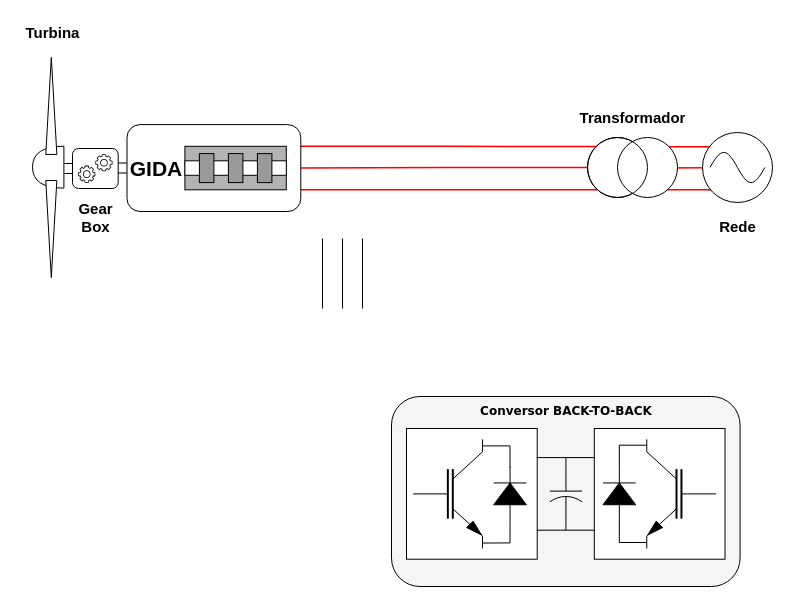
cotabr/Projetos keeps this draw.io diagram as Diagrama_DFIG.drawio. Above is the earlier version. Source tidied: cells renumbered, new cells numbered last; positions are measured from the earlier drawing's top-left corner, leaving out a move shared by most shapes. Both pictures are drawn from the tidied source at 100%, with x=0, y=0 at pixel (2, 17).
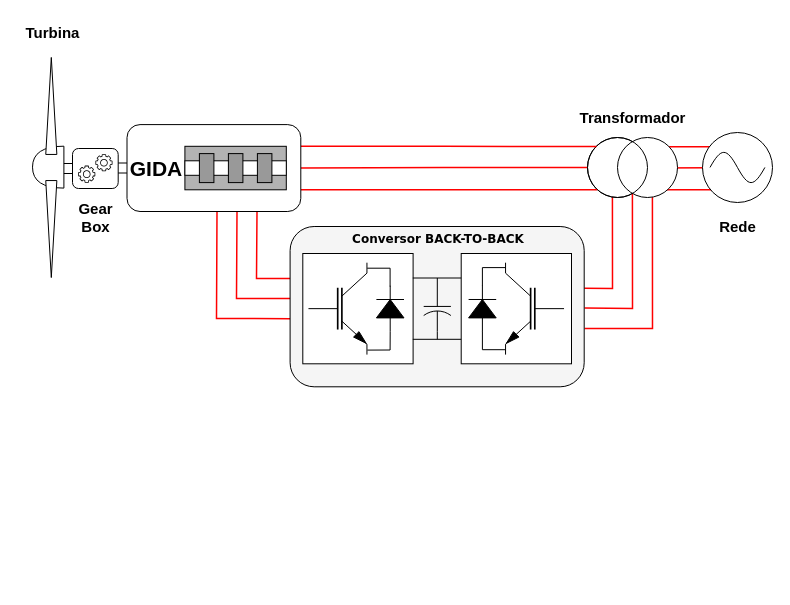
The same diagram, later.

What changed in the source:
```diff
@@
+    <mxCell id="58" style="endArrow=none;html=1;rounded=0;strokeWidth=1.5;exitX=1;exitY=0.385;exitDx=0;exitDy=0;exitPerimeter=0;strokeColor=#FF0000;" parent="1" edge="1" source="8">
+      <mxGeometry relative="1" as="geometry">
+        <mxPoint x="609.9" y="165" as="targetPoint" />
+        <Array as="points">
+          <mxPoint x="610" y="271" />
+        </Array>
+      </mxGeometry>
+    </mxCell>
+    <mxCell id="59" style="endArrow=none;html=1;rounded=0;strokeWidth=1.5;exitX=1.001;exitY=0.509;exitDx=0;exitDy=0;exitPerimeter=0;strokeColor=#FF0000;" parent="1" edge="1" source="8">
+      <mxGeometry relative="1" as="geometry">
+        <mxPoint x="629.9" y="165" as="targetPoint" />
+        <Array as="points">
+          <mxPoint x="630" y="291" />
+        </Array>
+      </mxGeometry>
+    </mxCell>
+    <mxCell id="60" style="endArrow=none;html=1;rounded=0;strokeWidth=1.5;exitX=1.001;exitY=0.637;exitDx=0;exitDy=0;exitPerimeter=0;strokeColor=#FF0000;" parent="1" edge="1" source="8">
+      <mxGeometry relative="1" as="geometry">
+        <mxPoint x="649.9" y="165" as="targetPoint" />
+        <Array as="points">
+          <mxPoint x="650" y="311" />
+        </Array>
+      </mxGeometry>
+    </mxCell>
+    <mxCell id="55" style="endArrow=none;html=1;rounded=0;strokeWidth=1.5;exitX=0.002;exitY=0.575;exitDx=0;exitDy=0;exitPerimeter=0;strokeColor=#FF0000;" parent="1" edge="1" source="8">
+      <mxGeometry relative="1" as="geometry">
+        <mxPoint x="214.5" y="194" as="targetPoint" />
+        <Array as="points">
+          <mxPoint x="214" y="301" />
+        </Array>
+      </mxGeometry>
+    </mxCell>
+    <mxCell id="56" style="endArrow=none;html=1;rounded=0;strokeWidth=1.5;strokeColor=#FF0000;" parent="1" edge="1">
+      <mxGeometry relative="1" as="geometry">
+        <mxPoint x="288" y="281" as="sourcePoint" />
+        <mxPoint x="234.5" y="194" as="targetPoint" />
+        <Array as="points">
+          <mxPoint x="234" y="281" />
+        </Array>
+      </mxGeometry>
+    </mxCell>
+    <mxCell id="57" style="endArrow=none;html=1;rounded=0;strokeWidth=1.5;exitX=0.002;exitY=0.324;exitDx=0;exitDy=0;exitPerimeter=0;strokeColor=#FF0000;" parent="1" edge="1" source="8">
+      <mxGeometry relative="1" as="geometry">
+        <mxPoint x="254.5" y="194" as="targetPoint" />
+        <Array as="points">
+          <mxPoint x="254" y="261" />
+        </Array>
+      </mxGeometry>
+    </mxCell>
@@
     <mxCell id="6" style="group;fillColor=none;strokeColor=none;" parent="1" vertex="1">
-      <mxGeometry x="404" y="411" width="333.6" height="160" as="geometry" />
+      <mxGeometry x="300.3" y="236" width="281.5" height="135" as="geometry" />
     </mxCell>
     <mxCell id="7" style="group;" parent="6" vertex="1">
-      <mxGeometry width="333.6" height="160" as="geometry" />
+      <mxGeometry width="281.5" height="135" as="geometry" />
     </mxCell>
     <mxCell id="8" style="rounded=1;whiteSpace=wrap;html=1;fillColor=#f5f5f5;strokeColor=#000000;fontColor=#333333;" parent="7" vertex="1">
-      <mxGeometry x="-15" y="-32" width="348.6" height="190" as="geometry" />
+      <mxGeometry x="-12.7" y="-27" width="294.1" height="160.3" as="geometry" />
     </mxCell>
     <mxCell id="9" style="rounded=0;whiteSpace=wrap;html=1;" parent="7" vertex="1">
-      <mxGeometry width="130.7" height="130.7" as="geometry" />
+      <mxGeometry width="110.3" height="110.3" as="geometry" />
     </mxCell>
     <mxCell id="10" style="verticalLabelPosition=bottom;shadow=0;dashed=0;align=center;html=1;verticalAlign=top;shape=mxgraph.electrical.transistors.nigbt;fillColor=#000000;" parent="7" vertex="1">
-      <mxGeometry x="6.5" y="10.9" width="69.7" height="109" as="geometry" />
+      <mxGeometry x="5.5" y="9.2" width="58.8" height="91.9" as="geometry" />
     </mxCell>
     <mxCell id="11" style="fillColor=strokeColor;verticalLabelPosition=bottom;shadow=0;dashed=0;align=center;html=1;verticalAlign=top;shape=mxgraph.electrical.diodes.diode;rotation=-90;" parent="7" vertex="1">
-      <mxGeometry x="76.3" y="49" width="54.5" height="32.7" as="geometry" />
+      <mxGeometry x="64.4" y="41.4" width="46" height="27.6" as="geometry" />
     </mxCell>
     <mxCell id="12" style="endArrow=none;html=1;rounded=0;exitX=1.007;exitY=0.951;exitDx=0;exitDy=0;exitPerimeter=0;entryX=0;entryY=0.5;entryDx=0;entryDy=0;entryPerimeter=0;jumpSize=6;startSize=7;" parent="7" edge="1" source="10" target="11">
       <mxGeometry relative="1" as="geometry">
         <Array as="points">
-          <mxPoint x="103.5" y="114.4" />
+          <mxPoint x="87.3" y="96.5" />
         </Array>
       </mxGeometry>
     </mxCell>
     <mxCell id="13" style="endArrow=none;html=1;rounded=0;exitX=1.007;exitY=0.951;exitDx=0;exitDy=0;exitPerimeter=0;entryX=0;entryY=0.5;entryDx=0;entryDy=0;entryPerimeter=0;jumpSize=6;startSize=7;" parent="7" edge="1">
       <mxGeometry relative="1" as="geometry">
-        <mxPoint x="76.3" y="17.4" as="sourcePoint" />
-        <mxPoint x="103.5" y="39.2" as="targetPoint" />
+        <mxPoint x="64.4" y="14.7" as="sourcePoint" />
+        <mxPoint x="87.3" y="33.1" as="targetPoint" />
         <Array as="points">
-          <mxPoint x="103.5" y="17.4" />
+          <mxPoint x="87.3" y="14.7" />
         </Array>
       </mxGeometry>
     </mxCell>
     <mxCell id="14" value="&lt;b&gt;&lt;font face=&quot;Verdana&quot;&gt;Conversor BACK-TO-BACK&lt;/font&gt;&lt;/b&gt;" style="text;html=1;align=center;verticalAlign=middle;whiteSpace=wrap;rounded=0;" parent="7" vertex="1">
-      <mxGeometry x="50" y="-32" width="220" height="30" as="geometry" />
+      <mxGeometry x="42.2" y="-27" width="185.6" height="25.3" as="geometry" />
     </mxCell>
     <mxCell id="15" style="group;" parent="6" vertex="1">
-      <mxGeometry x="187.8" width="130.7" height="130.7" as="geometry" />
+      <mxGeometry x="158.4" width="110.3" height="110.3" as="geometry" />
     </mxCell>
     <mxCell id="16" style="rounded=0;whiteSpace=wrap;html=1;" parent="15" vertex="1">
-      <mxGeometry width="130.7" height="130.7" as="geometry" />
+      <mxGeometry width="110.3" height="110.3" as="geometry" />
     </mxCell>
     <mxCell id="17" style="group;" parent="15" vertex="1">
-      <mxGeometry x="8.7" y="10.9" width="113.3" height="109" as="geometry" />
+      <mxGeometry x="7.4" y="9.2" width="95.6" height="91.9" as="geometry" />
     </mxCell>
     <mxCell id="18" style="verticalLabelPosition=bottom;shadow=0;dashed=0;align=center;html=1;verticalAlign=top;shape=mxgraph.electrical.transistors.nigbt;fillColor=#000000;flipH=1;" parent="17" vertex="1">
-      <mxGeometry x="43.6" width="69.7" height="109" as="geometry" />
+      <mxGeometry x="36.8" width="58.8" height="91.9" as="geometry" />
     </mxCell>
     <mxCell id="19" style="group;" parent="17" vertex="1">
-      <mxGeometry y="5.8" width="43.6" height="97.3" as="geometry" />
+      <mxGeometry y="4.9" width="36.8" height="82.1" as="geometry" />
     </mxCell>
     <mxCell id="20" style="fillColor=strokeColor;verticalLabelPosition=bottom;shadow=0;dashed=0;align=center;html=1;verticalAlign=top;shape=mxgraph.electrical.diodes.diode;rotation=-90;" parent="19" vertex="1">
-      <mxGeometry x="-10.9" y="32.3" width="54.5" height="32.7" as="geometry" />
+      <mxGeometry x="-9.2" y="27.3" width="46" height="27.6" as="geometry" />
     </mxCell>
     <mxCell id="21" style="endArrow=none;html=1;rounded=0;exitX=1.007;exitY=0.951;exitDx=0;exitDy=0;exitPerimeter=0;entryX=0;entryY=0.5;entryDx=0;entryDy=0;entryPerimeter=0;jumpSize=6;startSize=7;" parent="19" edge="1">
       <mxGeometry relative="1" as="geometry">
-        <mxPoint x="43.6" as="sourcePoint" />
-        <mxPoint x="16.3" y="21.8" as="targetPoint" />
+        <mxPoint x="36.8" as="sourcePoint" />
+        <mxPoint x="13.8" y="18.4" as="targetPoint" />
         <Array as="points">
-          <mxPoint x="16.3" />
+          <mxPoint x="13.8" />
         </Array>
       </mxGeometry>
     </mxCell>
     <mxCell id="22" style="endArrow=none;html=1;rounded=0;exitX=1.007;exitY=0.951;exitDx=0;exitDy=0;exitPerimeter=0;entryX=0;entryY=0.5;entryDx=0;entryDy=0;entryPerimeter=0;jumpSize=6;startSize=7;" parent="19" edge="1">
       <mxGeometry relative="1" as="geometry">
-        <mxPoint x="43.6" y="97.3" as="sourcePoint" />
-        <mxPoint x="16.3" y="75.5" as="targetPoint" />
+        <mxPoint x="36.8" y="82.1" as="sourcePoint" />
+        <mxPoint x="13.8" y="63.7" as="targetPoint" />
         <Array as="points">
-          <mxPoint x="16.3" y="97.3" />
+          <mxPoint x="13.8" y="82.1" />
         </Array>
       </mxGeometry>
     </mxCell>
     <mxCell id="23" style="edgeStyle=orthogonalEdgeStyle;rounded=0;jettySize=auto;html=1;exitX=0;exitY=0.5;exitDx=0;exitDy=0;exitPerimeter=0;endArrow=none;endFill=0;" parent="6" edge="1" source="25">
       <mxGeometry relative="1" as="geometry">
-        <mxPoint x="159.4" y="29.1" as="targetPoint" />
+        <mxPoint x="134.5" y="24.5" as="targetPoint" />
       </mxGeometry>
     </mxCell>
     <mxCell id="24" style="edgeStyle=orthogonalEdgeStyle;rounded=0;jettySize=auto;html=1;exitX=1;exitY=0.5;exitDx=0;exitDy=0;exitPerimeter=0;endArrow=none;endFill=0;" parent="6" edge="1" source="25">
       <mxGeometry relative="1" as="geometry">
-        <mxPoint x="159.4" y="101.7" as="targetPoint" />
+        <mxPoint x="134.5" y="85.8" as="targetPoint" />
       </mxGeometry>
     </mxCell>
     <mxCell id="25" style="verticalLabelPosition=bottom;shadow=0;dashed=0;align=center;html=1;verticalAlign=top;shape=mxgraph.electrical.capacitors.capacitor_2;rotation=90;" parent="6" vertex="1">
-      <mxGeometry x="132.6" y="49.2" width="53.7" height="32.2" as="geometry" />
+      <mxGeometry x="111.8" y="41.6" width="45.4" height="27.2" as="geometry" />
     </mxCell>
     <mxCell id="26" style="endArrow=none;html=1;rounded=0;" parent="6" edge="1">
       <mxGeometry relative="1" as="geometry">
-        <mxPoint x="130.4" y="29.1" as="sourcePoint" />
-        <mxPoint x="187.8" y="29.1" as="targetPoint" />
+        <mxPoint x="110" y="24.5" as="sourcePoint" />
+        <mxPoint x="158.4" y="24.5" as="targetPoint" />
       </mxGeometry>
     </mxCell>
     <mxCell id="27" style="endArrow=none;html=1;rounded=0;" parent="6" edge="1">
       <mxGeometry relative="1" as="geometry">
-        <mxPoint x="130.4" y="101.7" as="sourcePoint" />
-        <mxPoint x="187.8" y="101.7" as="targetPoint" />
+        <mxPoint x="110" y="85.8" as="sourcePoint" />
+        <mxPoint x="158.4" y="85.8" as="targetPoint" />
       </mxGeometry>
     </mxCell>
@@
-    <mxCell id="55" style="endArrow=none;html=1;rounded=0;" parent="1" edge="1">
-      <mxGeometry relative="1" as="geometry">
-        <mxPoint x="320" y="291" as="sourcePoint" />
-        <mxPoint x="320" y="221" as="targetPoint" />
-      </mxGeometry>
-    </mxCell>
-    <mxCell id="56" style="endArrow=none;html=1;rounded=0;" parent="1" edge="1">
-      <mxGeometry relative="1" as="geometry">
-        <mxPoint x="340" y="291" as="sourcePoint" />
-        <mxPoint x="340" y="221" as="targetPoint" />
-      </mxGeometry>
-    </mxCell>
-    <mxCell id="57" style="endArrow=none;html=1;rounded=0;" parent="1" edge="1">
-      <mxGeometry relative="1" as="geometry">
-        <mxPoint x="360" y="291" as="sourcePoint" />
-        <mxPoint x="360" y="221" as="targetPoint" />
-      </mxGeometry>
-    </mxCell>
```
